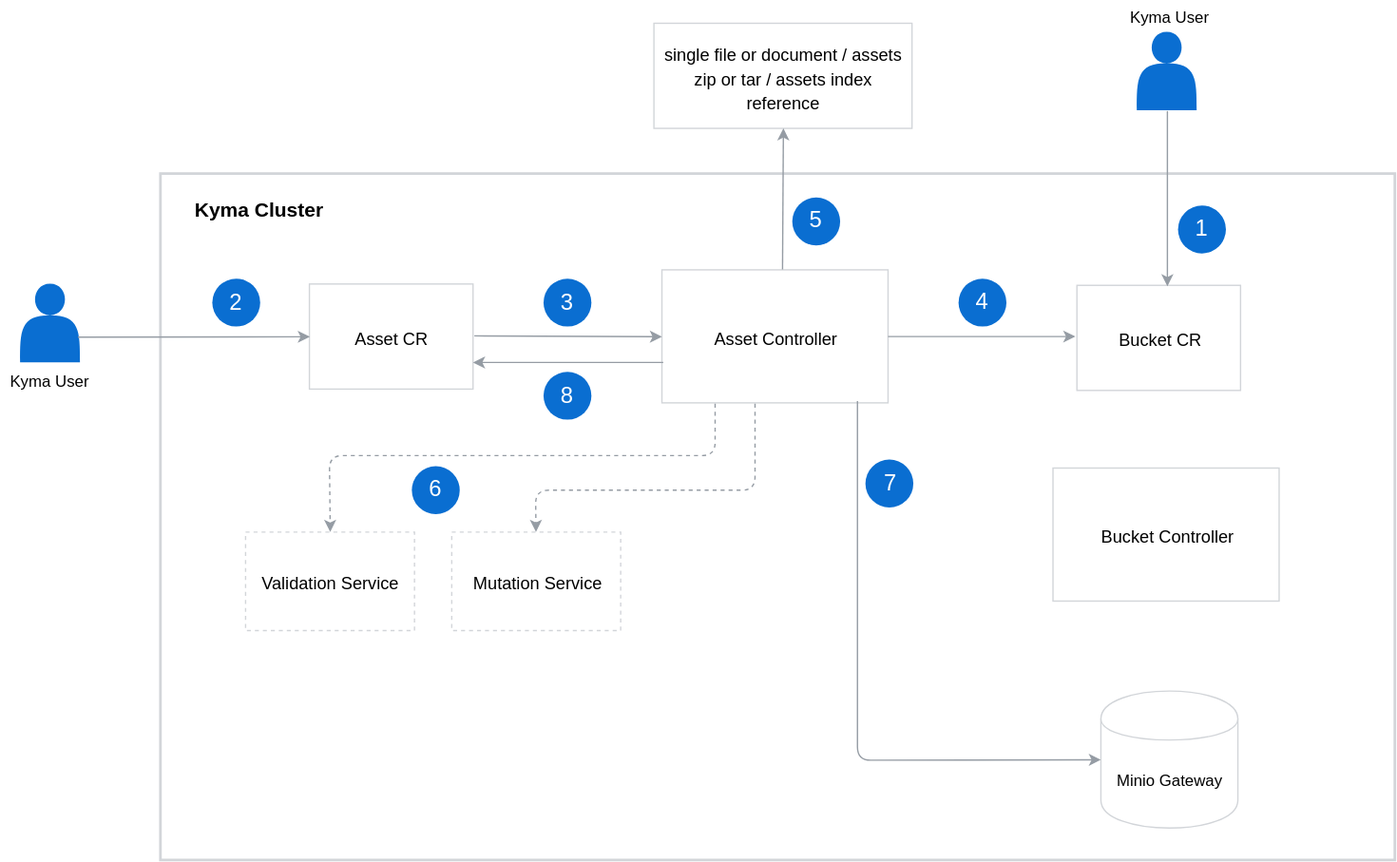
Before: docs/asset-store/docs/assets/asset-store-architecture.svg, a diagram exported from draw.io (kyma-project/kyma). Source tidied: cells renumbered, new cells last; positions are measured from the earlier drawing's top-left corner, leaving out a move shared by most shapes.
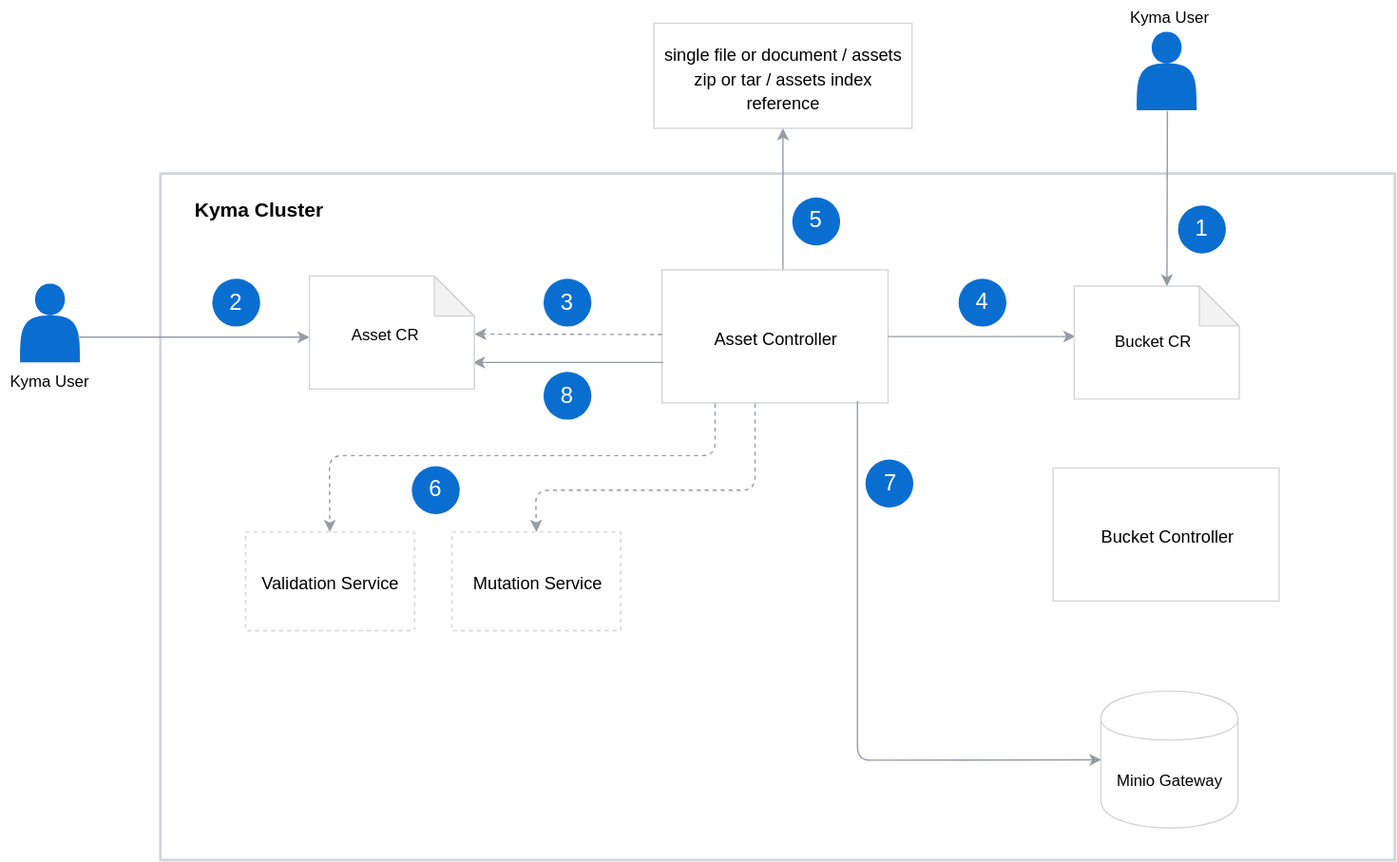
After the change.

The edit, as a diff of the source:
```diff
@@ -17,18 +17,12 @@
     <mxCell id="6" value="&lt;font style=&quot;font-size: 13px&quot;&gt;Mutation Service&lt;/font&gt;" style="rounded=0;whiteSpace=wrap;html=1;labelBackgroundColor=none;strokeColor=#D2D5D9;strokeWidth=1;fillColor=#FFFFFF;gradientColor=none;fontFamily=Helvetica;fontSize=15;fontColor=#000000;dashed=1;" parent="1" vertex="1">
       <mxGeometry x="339" y="399.5" width="127" height="74" as="geometry" />
     </mxCell>
-    <mxCell id="7" value="&lt;font style=&quot;font-size: 13px&quot;&gt;Asset CR&lt;br&gt;&lt;/font&gt;" style="rounded=0;whiteSpace=wrap;html=1;labelBackgroundColor=none;strokeColor=#D2D5D9;strokeWidth=1;fillColor=#FFFFFF;gradientColor=none;fontFamily=Helvetica;fontSize=15;fontColor=#000000;" parent="1" vertex="1">
-      <mxGeometry x="232" y="213" width="123" height="79" as="geometry" />
-    </mxCell>
     <mxCell id="8" value="&lt;font style=&quot;font-size: 12px&quot;&gt;Kyma User&lt;/font&gt;" style="text;html=1;strokeColor=none;fillColor=none;align=center;verticalAlign=middle;whiteSpace=wrap;rounded=0;dashed=1;labelBackgroundColor=none;fontFamily=Helvetica;fontSize=15;fontColor=#000000;" parent="1" vertex="1">
       <mxGeometry y="274" width="73" height="20" as="geometry" />
     </mxCell>
     <mxCell id="9" value="&lt;font style=&quot;font-size: 13px&quot;&gt;Asset Controller&lt;br&gt;&lt;/font&gt;" style="rounded=0;whiteSpace=wrap;html=1;labelBackgroundColor=none;strokeColor=#D2D5D9;strokeWidth=1;fillColor=#FFFFFF;gradientColor=none;fontFamily=Helvetica;fontSize=15;fontColor=#000000;" parent="1" vertex="1">
       <mxGeometry x="497" y="202.4" width="170" height="100" as="geometry" />
     </mxCell>
-    <mxCell id="10" value="&lt;font style=&quot;font-size: 13px&quot;&gt;Bucket CR&lt;br&gt;&lt;/font&gt;" style="rounded=0;whiteSpace=wrap;html=1;labelBackgroundColor=none;strokeColor=#D2D5D9;strokeWidth=1;fillColor=#FFFFFF;gradientColor=none;fontFamily=Helvetica;fontSize=15;fontColor=#000000;" parent="1" vertex="1">
-      <mxGeometry x="809" y="214" width="123" height="79" as="geometry" />
-    </mxCell>
     <mxCell id="11" value="&lt;font style=&quot;font-size: 13px&quot;&gt;Bucket Controller&lt;br&gt;&lt;/font&gt;" style="rounded=0;whiteSpace=wrap;html=1;labelBackgroundColor=none;strokeColor=#D2D5D9;strokeWidth=1;fillColor=#FFFFFF;gradientColor=none;fontFamily=Helvetica;fontSize=15;fontColor=#000000;" parent="1" vertex="1">
       <mxGeometry x="791" y="351.4" width="170" height="100" as="geometry" />
     </mxCell>
@@ -56,14 +50,16 @@
         </Array>
       </mxGeometry>
     </mxCell>
-    <mxCell id="16" style="endArrow=classic;html=1;strokeColor=#959CA4;strokeWidth=1;fontFamily=Helvetica;fontSize=15;fontColor=#000000;entryX=0;entryY=0.5;entryDx=0;entryDy=0;" parent="1" edge="1" target="7">
+    <mxCell id="16" style="endArrow=classic;html=1;strokeColor=#959CA4;strokeWidth=1;fontFamily=Helvetica;fontSize=15;fontColor=#000000;" parent="1" edge="1">
       <mxGeometry relative="1" as="geometry">
         <mxPoint x="58" y="253" as="sourcePoint" />
+        <mxPoint x="232" y="253" as="targetPoint" />
       </mxGeometry>
     </mxCell>
-    <mxCell id="17" style="endArrow=classic;html=1;strokeColor=#959CA4;strokeWidth=1;fontFamily=Helvetica;fontSize=15;fontColor=#000000;entryX=0;entryY=0.5;entryDx=0;entryDy=0;" parent="1" edge="1" target="9">
+    <mxCell id="17" style="endArrow=classic;html=1;strokeColor=#959CA4;strokeWidth=1;fontFamily=Helvetica;fontSize=15;fontColor=#000000;dashed=1;" parent="1" edge="1">
       <mxGeometry relative="1" as="geometry">
-        <mxPoint x="356" y="252" as="sourcePoint" />
+        <mxPoint x="497" y="251" as="sourcePoint" />
+        <mxPoint x="356" y="250.7" as="targetPoint" />
       </mxGeometry>
     </mxCell>
     <mxCell id="18" style="endArrow=classic;html=1;strokeColor=#959CA4;strokeWidth=1;fontFamily=Helvetica;fontSize=15;fontColor=#000000;exitX=0.535;exitY=-0.006;exitDx=0;exitDy=0;exitPerimeter=0;entryX=0.5;entryY=1;entryDx=0;entryDy=0;" parent="1" edge="1" source="9" target="13">
@@ -114,9 +110,10 @@
     <mxCell id="30" value="&lt;font style=&quot;font-size: 12px&quot;&gt;Kyma User&lt;/font&gt;" style="text;html=1;strokeColor=none;fillColor=none;align=center;verticalAlign=middle;whiteSpace=wrap;rounded=0;dashed=1;labelBackgroundColor=none;fontFamily=Helvetica;fontSize=15;fontColor=#000000;" parent="1" vertex="1">
       <mxGeometry x="842" width="73" height="20" as="geometry" />
     </mxCell>
-    <mxCell id="31" style="endArrow=classic;html=1;strokeColor=#959CA4;strokeWidth=1;fontFamily=Helvetica;fontSize=15;fontColor=#000000;entryX=0.552;entryY=0.011;entryDx=0;entryDy=0;entryPerimeter=0;" parent="1" edge="1" target="10">
+    <mxCell id="31" style="endArrow=classic;html=1;strokeColor=#959CA4;strokeWidth=1;fontFamily=Helvetica;fontSize=15;fontColor=#000000;entryX=0.552;entryY=0.011;entryDx=0;entryDy=0;entryPerimeter=0;" parent="1" edge="1">
       <mxGeometry relative="1" as="geometry">
         <mxPoint x="877" y="83" as="sourcePoint" />
+        <mxPoint x="876.7" y="214.7" as="targetPoint" />
       </mxGeometry>
     </mxCell>
     <mxCell id="32" style="ellipse;whiteSpace=wrap;html=1;labelBackgroundColor=none;strokeColor=none;strokeWidth=1;fillColor=#0A6ED1;gradientColor=none;fontFamily=Helvetica;fontSize=15;fontColor=#000000;" parent="1" vertex="1">
@@ -137,9 +134,10 @@
     <mxCell id="37" value="&lt;font style=&quot;font-size: 17px&quot; color=&quot;#ffffff&quot;&gt;2&lt;/font&gt;" style="text;html=1;strokeColor=none;fillColor=none;align=center;verticalAlign=middle;whiteSpace=wrap;rounded=0;labelBackgroundColor=none;fontFamily=Helvetica;fontSize=15;fontColor=#000000;" parent="1" vertex="1">
       <mxGeometry x="169" y="220" width="16" height="13" as="geometry" />
     </mxCell>
-    <mxCell id="38" style="endArrow=classic;html=1;strokeColor=#959CA4;strokeWidth=1;fontFamily=Helvetica;fontSize=15;fontColor=#000000;entryX=1;entryY=0.75;entryDx=0;entryDy=0;" parent="1" edge="1" target="7">
+    <mxCell id="38" style="endArrow=classic;html=1;strokeColor=#959CA4;strokeWidth=1;fontFamily=Helvetica;fontSize=15;fontColor=#000000;entryX=1;entryY=0.75;entryDx=0;entryDy=0;" parent="1" edge="1">
       <mxGeometry relative="1" as="geometry">
         <mxPoint x="498" y="272" as="sourcePoint" />
+        <mxPoint x="355" y="272" as="targetPoint" />
       </mxGeometry>
     </mxCell>
     <mxCell id="39" style="ellipse;whiteSpace=wrap;html=1;labelBackgroundColor=none;strokeColor=none;strokeWidth=1;fillColor=#0A6ED1;gradientColor=none;fontFamily=Helvetica;fontSize=15;fontColor=#000000;" parent="1" vertex="1">
@@ -148,5 +146,17 @@
     <mxCell id="40" value="&lt;font style=&quot;font-size: 17px&quot; color=&quot;#ffffff&quot;&gt;8&lt;/font&gt;" style="text;html=1;strokeColor=none;fillColor=none;align=center;verticalAlign=middle;whiteSpace=wrap;rounded=0;labelBackgroundColor=none;fontFamily=Helvetica;fontSize=15;fontColor=#000000;" parent="1" vertex="1">
       <mxGeometry x="418" y="290.5" width="16" height="13" as="geometry" />
     </mxCell>
+    <mxCell id="41" style="shape=note;whiteSpace=wrap;html=1;backgroundOutline=1;darkOpacity=0.05;strokeColor=#D2D5D9;" parent="1" vertex="1">
+      <mxGeometry x="232" y="207" width="124" height="85" as="geometry" />
+    </mxCell>
+    <mxCell id="7" value="Asset CR" style="text;html=1;" parent="1" vertex="1">
+      <mxGeometry x="262" y="237.5" width="49" height="24" as="geometry" />
+    </mxCell>
+    <mxCell id="42" style="shape=note;whiteSpace=wrap;html=1;backgroundOutline=1;darkOpacity=0.05;strokeColor=#D2D5D9;" parent="1" vertex="1">
+      <mxGeometry x="807" y="214.5" width="124" height="85" as="geometry" />
+    </mxCell>
+    <mxCell id="10" value="Bucket CR" style="text;html=1;" parent="1" vertex="1">
+      <mxGeometry x="836" y="242.5" width="49" height="24" as="geometry" />
+    </mxCell>
   </root>
 </mxGraphModel>
```
